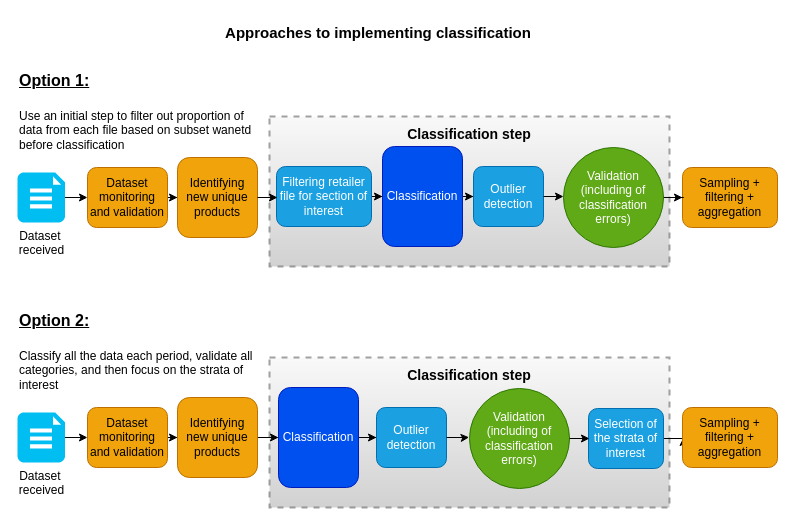
The draw.io diagram docs/images/approaches-to-implementing-classification.drawio in UN-Task-Team-for-Scanner-Data/classification_methods, before the edit. Source tidied: cells renumbered, new cells numbered last; positions are measured from the earlier drawing's top-left corner, leaving out a move shared by most shapes. Both pictures are drawn from the tidied source at 100%, with x=0, y=0 at pixel (17, 17).
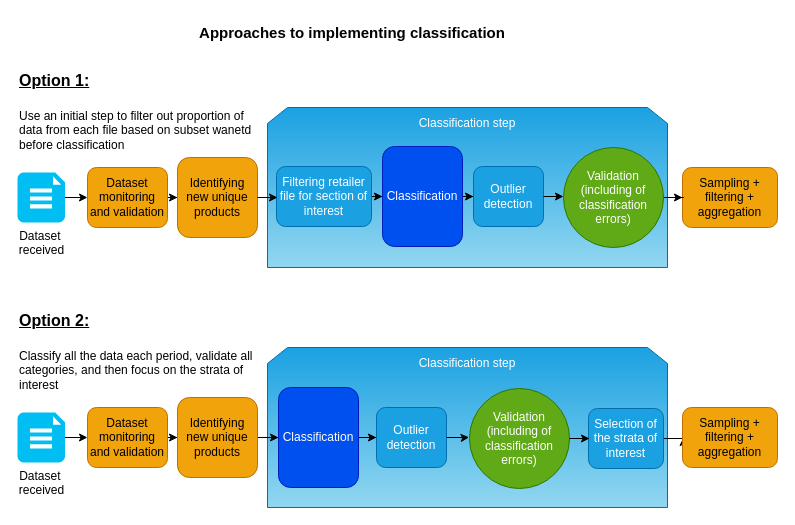
After the change.

Commit message (it also covers changes not shown here):
add diagram for classification homogeneity

What changed in the source:
```diff
@@
-    <mxCell id="2" value="&lt;font size=&quot;1&quot; color=&quot;#000000&quot;&gt;&lt;b style=&quot;font-size: 14px;&quot;&gt;Classification step&lt;/b&gt;&lt;/font&gt;&lt;div&gt;&lt;font color=&quot;#000000&quot;&gt;&lt;br&gt;&lt;/font&gt;&lt;/div&gt;&lt;div&gt;&lt;font color=&quot;#000000&quot;&gt;&lt;br&gt;&lt;/font&gt;&lt;/div&gt;&lt;div&gt;&lt;font color=&quot;#000000&quot;&gt;&lt;br&gt;&lt;/font&gt;&lt;/div&gt;&lt;div&gt;&lt;font color=&quot;#000000&quot;&gt;&lt;br&gt;&lt;/font&gt;&lt;/div&gt;&lt;div&gt;&lt;font color=&quot;#000000&quot;&gt;&lt;br&gt;&lt;/font&gt;&lt;/div&gt;&lt;div&gt;&lt;font color=&quot;#000000&quot;&gt;&lt;br&gt;&lt;/font&gt;&lt;/div&gt;&lt;div&gt;&lt;font color=&quot;#000000&quot;&gt;&lt;br&gt;&lt;/font&gt;&lt;/div&gt;&lt;div&gt;&lt;font color=&quot;#000000&quot;&gt;&lt;br&gt;&lt;/font&gt;&lt;/div&gt;" style="rounded=0;whiteSpace=wrap;html=1;dashed=1;fillColor=#f5f5f5;gradientColor=#b3b3b3;strokeColor=#666666;opacity=60;strokeWidth=2;" parent="1" vertex="1">
-      <mxGeometry x="252" y="99" width="400" height="150" as="geometry" />
-    </mxCell>
-    <mxCell id="3" value="&lt;font size=&quot;1&quot; color=&quot;#000000&quot;&gt;&lt;b style=&quot;font-size: 14px;&quot;&gt;Classification step&lt;/b&gt;&lt;/font&gt;&lt;div&gt;&lt;font color=&quot;#000000&quot;&gt;&lt;br&gt;&lt;/font&gt;&lt;/div&gt;&lt;div&gt;&lt;font color=&quot;#000000&quot;&gt;&lt;br&gt;&lt;/font&gt;&lt;/div&gt;&lt;div&gt;&lt;font color=&quot;#000000&quot;&gt;&lt;br&gt;&lt;/font&gt;&lt;/div&gt;&lt;div&gt;&lt;font color=&quot;#000000&quot;&gt;&lt;br&gt;&lt;/font&gt;&lt;/div&gt;&lt;div&gt;&lt;font color=&quot;#000000&quot;&gt;&lt;br&gt;&lt;/font&gt;&lt;/div&gt;&lt;div&gt;&lt;font color=&quot;#000000&quot;&gt;&lt;br&gt;&lt;/font&gt;&lt;/div&gt;&lt;div&gt;&lt;font color=&quot;#000000&quot;&gt;&lt;br&gt;&lt;/font&gt;&lt;/div&gt;&lt;div&gt;&lt;font color=&quot;#000000&quot;&gt;&lt;br&gt;&lt;/font&gt;&lt;/div&gt;" style="rounded=0;whiteSpace=wrap;html=1;dashed=1;fillColor=#f5f5f5;gradientColor=#b3b3b3;strokeColor=#666666;opacity=60;strokeWidth=2;" parent="1" vertex="1">
-      <mxGeometry x="252" y="340" width="400" height="150" as="geometry" />
-    </mxCell>
+    <mxCell id="37" value="Classification step&lt;div&gt;&lt;br&gt;&lt;/div&gt;&lt;div&gt;&lt;br&gt;&lt;/div&gt;&lt;div&gt;&lt;br&gt;&lt;/div&gt;&lt;div&gt;&lt;br&gt;&lt;/div&gt;&lt;div&gt;&lt;br&gt;&lt;/div&gt;&lt;div&gt;&lt;br&gt;&lt;/div&gt;&lt;div&gt;&lt;br&gt;&lt;/div&gt;&lt;div&gt;&lt;br&gt;&lt;/div&gt;&lt;div&gt;&lt;br&gt;&lt;/div&gt;" style="shape=loopLimit;whiteSpace=wrap;html=1;fillColor=#1ba1e2;fontColor=#ffffff;strokeColor=#006EAF;gradientColor=#92D7F0;" parent="1" vertex="1">
+      <mxGeometry x="250" y="90" width="400" height="160" as="geometry" />
+    </mxCell>
@@
+    <mxCell id="38" value="Classification step&lt;div&gt;&lt;br&gt;&lt;/div&gt;&lt;div&gt;&lt;br&gt;&lt;/div&gt;&lt;div&gt;&lt;br&gt;&lt;/div&gt;&lt;div&gt;&lt;br&gt;&lt;/div&gt;&lt;div&gt;&lt;br&gt;&lt;/div&gt;&lt;div&gt;&lt;br&gt;&lt;/div&gt;&lt;div&gt;&lt;br&gt;&lt;/div&gt;&lt;div&gt;&lt;br&gt;&lt;/div&gt;&lt;div&gt;&lt;br&gt;&lt;/div&gt;" style="shape=loopLimit;whiteSpace=wrap;html=1;fillColor=#1ba1e2;fontColor=#ffffff;strokeColor=#006EAF;gradientColor=#92D7F0;" parent="1" vertex="1">
+      <mxGeometry x="250" y="330" width="400" height="160" as="geometry" />
+    </mxCell>
@@
     <mxCell id="36" value="&lt;b&gt;&lt;font style=&quot;font-size: 15px;&quot;&gt;Approaches to implementing classification&lt;/font&gt;&lt;/b&gt;" style="text;html=1;align=center;verticalAlign=middle;whiteSpace=wrap;rounded=0;" parent="1" vertex="1">
-      <mxGeometry x="176" width="370" height="30" as="geometry" />
+      <mxGeometry x="150" width="370" height="30" as="geometry" />
     </mxCell>
```
